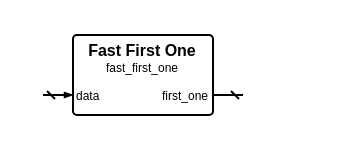
Louis-DR/OmniCores-BuildingBlocks keeps this draw.io diagram as sources/operations/fast_first_one/fast_first_one.symbol.drawio. Above is the earlier version. Source tidied: cells renumbered, new cells numbered last; positions are measured from the earlier drawing's top-left corner, leaving out a move shared by most shapes. Both pictures are drawn from the tidied source at 200%, with x=0, y=0 at pixel (42, 34).
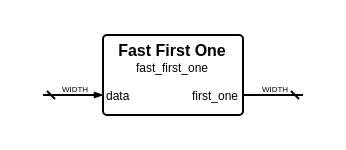
After the change.

The edit, as a diff of the source:
```diff
@@
 <mxGraphModel>
   <root>
     <mxCell id="0" />
     <mxCell id="1" parent="0" />
     <mxCell id="2" style="group;" parent="1" vertex="1">
-      <mxGeometry width="100" height="40" as="geometry" />
+      <mxGeometry width="130" height="40" as="geometry" />
     </mxCell>
     <mxCell id="3" style="rounded=1;arcSize=5;fillColor=none;strokeWidth=1;strokeColor=black;whiteSpace=wrap;html=1;" parent="2" vertex="1">
-      <mxGeometry x="15" width="70" height="40" as="geometry" />
+      <mxGeometry x="30" width="70" height="40" as="geometry" />
     </mxCell>
     <mxCell id="4" value="Fast First One" style="text;html=1;align=center;verticalAlign=middle;whiteSpace=wrap;rounded=0;fontSize=8;fontStyle=1;fontColor=black;" parent="2" vertex="1">
-      <mxGeometry x="15" y="7" width="70" as="geometry" />
+      <mxGeometry x="30" y="7" width="70" as="geometry" />
     </mxCell>
     <mxCell id="5" value="fast_first_one" style="text;html=1;align=center;verticalAlign=middle;whiteSpace=wrap;rounded=0;fontSize=6;fontStyle=0;fontColor=black;" parent="2" vertex="1">
-      <mxGeometry x="15" y="16" width="70" as="geometry" />
+      <mxGeometry x="30" y="16" width="70" as="geometry" />
     </mxCell>
     <mxCell id="6" value="data" style="text;html=1;align=left;verticalAlign=middle;whiteSpace=wrap;rounded=0;fontSize=6;fontStyle=0;fontColor=black;" parent="2" vertex="1">
-      <mxGeometry x="15" y="30" width="70" as="geometry" />
+      <mxGeometry x="30" y="30" width="70" as="geometry" />
     </mxCell>
     <mxCell id="7" style="html=1;rounded=1;strokeWidth=1;strokeColor=black;startFill=0;startSize=2;startArrow=dash;endFill=1;endSize=2;endArrow=blockThin;sourcePerimeterSpacing=0;" parent="2" edge="1">
       <mxGeometry relative="1" as="geometry">
         <mxPoint y="30" as="sourcePoint" />
-        <mxPoint x="15" y="30" as="targetPoint" />
+        <mxPoint x="30" y="30" as="targetPoint" />
       </mxGeometry>
     </mxCell>
+    <mxCell id="10" value="WIDTH" style="text;html=1;align=center;verticalAlign=middle;whiteSpace=nowrap;rounded=0;fontSize=4;fontStyle=0;fontColor=black;" parent="2" vertex="1">
+      <mxGeometry x="15" y="27" as="geometry" />
+    </mxCell>
     <mxCell id="8" value="first_one" style="text;html=1;align=right;verticalAlign=middle;whiteSpace=wrap;rounded=0;fontSize=6;fontStyle=0;fontColor=black;" parent="2" vertex="1">
-      <mxGeometry x="15" y="30" width="70" as="geometry" />
+      <mxGeometry x="30" y="30" width="70" as="geometry" />
     </mxCell>
     <mxCell id="9" style="html=1;rounded=1;strokeWidth=1;strokeColor=black;startFill=0;startSize=2;startArrow=dash;endFill=1;endSize=2;endArrow=none;sourcePerimeterSpacing=0;" parent="2" edge="1">
       <mxGeometry relative="1" as="geometry">
-        <mxPoint x="100" y="30" as="sourcePoint" />
-        <mxPoint x="85" y="30" as="targetPoint" />
+        <mxPoint x="130" y="30" as="sourcePoint" />
+        <mxPoint x="100" y="30" as="targetPoint" />
       </mxGeometry>
     </mxCell>
+    <mxCell id="11" value="WIDTH" style="text;html=1;align=center;verticalAlign=middle;whiteSpace=nowrap;rounded=0;fontSize=4;fontStyle=0;fontColor=black;" parent="2" vertex="1">
+      <mxGeometry x="115" y="27" as="geometry" />
+    </mxCell>
   </root>
 </mxGraphModel>
```
